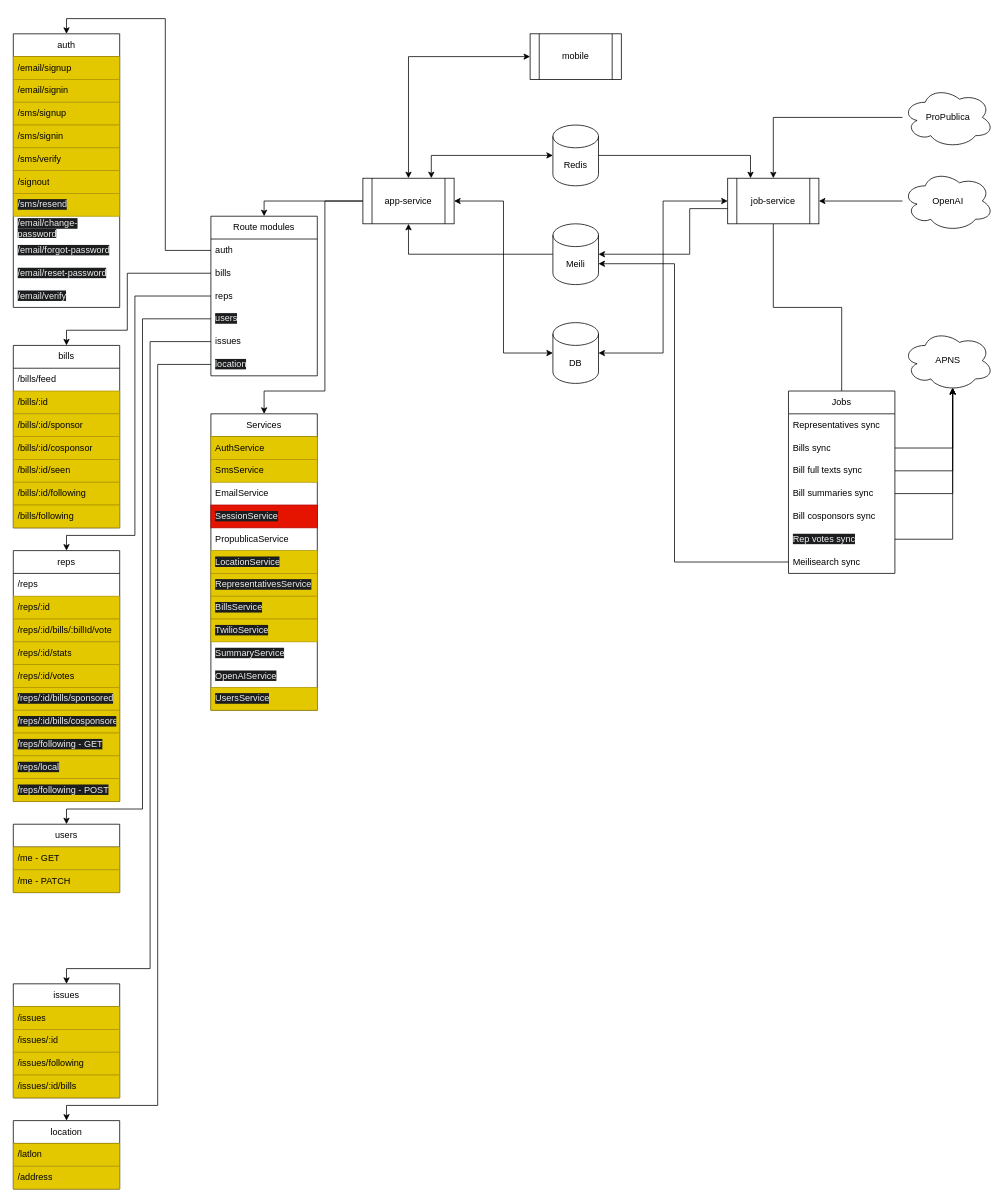
Before: architecture/Architecture.drawio in Breakdown/breakdown-services, a draw.io diagram. Source tidied: cells renumbered, new cells numbered last; positions are measured from the earlier drawing's top-left corner, leaving out a move shared by most shapes. Both pictures are drawn from the tidied source at 76%, with x=0, y=0 at pixel (13, 33).
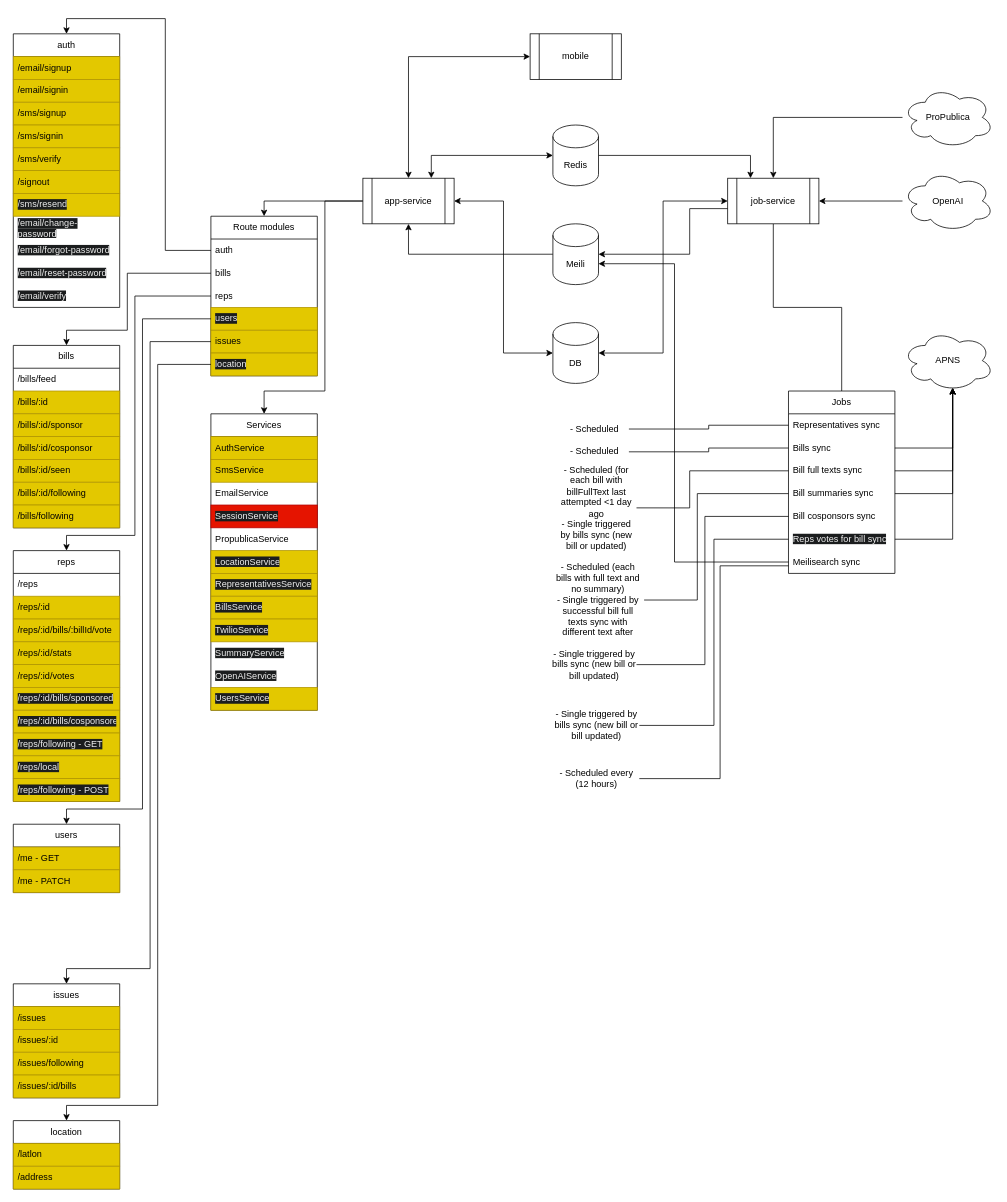
Above is the later version.

Commit message:
Dummy comit

Unchanged cells that the change refers to:
```xml
<mxCell id="16" value="Jobs" style="swimlane;fontStyle=0;horizontal=1;startSize=30;whiteSpace=wrap;html=1;" parent="1" vertex="1">
  <mxGeometry x="1020" y="470" width="140" height="240" as="geometry" />
</mxCell>
<mxCell id="17" value="Representatives sync" style="text;strokeColor=none;fillColor=none;align=left;verticalAlign=middle;spacingLeft=4;spacingRight=4;overflow=hidden;points=[[0,0.5],[1,0.5]];portConstraint=eastwest;whiteSpace=wrap;html=1;" parent="16" vertex="1">
  <mxGeometry y="30" width="140" height="30" as="geometry" />
</mxCell>
<mxCell id="18" value="Bills sync" style="text;strokeColor=none;fillColor=none;align=left;verticalAlign=middle;spacingLeft=4;spacingRight=4;overflow=hidden;points=[[0,0.5],[1,0.5]];portConstraint=eastwest;whiteSpace=wrap;html=1;" parent="16" vertex="1">
  <mxGeometry y="60" width="140" height="30" as="geometry" />
</mxCell>
<mxCell id="19" value="Bill full texts sync" style="text;strokeColor=none;fillColor=none;align=left;verticalAlign=middle;spacingLeft=4;spacingRight=4;overflow=hidden;points=[[0,0.5],[1,0.5]];portConstraint=eastwest;whiteSpace=wrap;html=1;" parent="16" vertex="1">
  <mxGeometry y="90" width="140" height="30" as="geometry" />
</mxCell>
<mxCell id="20" value="Bill summaries sync" style="text;strokeColor=none;fillColor=none;align=left;verticalAlign=middle;spacingLeft=4;spacingRight=4;overflow=hidden;points=[[0,0.5],[1,0.5]];portConstraint=eastwest;whiteSpace=wrap;html=1;" parent="16" vertex="1">
  <mxGeometry y="120" width="140" height="30" as="geometry" />
</mxCell>
<mxCell id="21" value="Bill cosponsors sync" style="text;strokeColor=none;fillColor=none;align=left;verticalAlign=middle;spacingLeft=4;spacingRight=4;overflow=hidden;points=[[0,0.5],[1,0.5]];portConstraint=eastwest;whiteSpace=wrap;html=1;" parent="16" vertex="1">
  <mxGeometry y="150" width="140" height="30" as="geometry" />
</mxCell>
<mxCell id="23" value="Meilisearch sync" style="text;strokeColor=none;fillColor=none;align=left;verticalAlign=middle;spacingLeft=4;spacingRight=4;overflow=hidden;points=[[0,0.5],[1,0.5]];portConstraint=eastwest;whiteSpace=wrap;html=1;" parent="16" vertex="1">
  <mxGeometry y="210" width="140" height="30" as="geometry" />
</mxCell>
<mxCell id="36" value="Route modules" style="swimlane;fontStyle=0;horizontal=1;startSize=30;whiteSpace=wrap;html=1;" parent="1" vertex="1">
  <mxGeometry x="260" y="240" width="140" height="210" as="geometry" />
</mxCell>
```

The edit, as a diff of the source:
```diff
@@
-    <mxCell id="22" value="&lt;span style=&quot;color: rgb(240, 240, 240); font-family: Helvetica; font-size: 12px; font-style: normal; font-variant-ligatures: normal; font-variant-caps: normal; font-weight: 400; letter-spacing: normal; orphans: 2; text-align: left; text-indent: 0px; text-transform: none; widows: 2; word-spacing: 0px; -webkit-text-stroke-width: 0px; background-color: rgb(27, 29, 30); text-decoration-thickness: initial; text-decoration-style: initial; text-decoration-color: initial; float: none; display: inline !important;&quot;&gt;Rep votes sync&lt;/span&gt;" style="text;strokeColor=none;fillColor=none;align=left;verticalAlign=middle;spacingLeft=4;spacingRight=4;overflow=hidden;points=[[0,0.5],[1,0.5]];portConstraint=eastwest;whiteSpace=wrap;html=1;" parent="16" vertex="1">
+    <mxCell id="22" value="&lt;span style=&quot;color: rgb(240, 240, 240); font-family: Helvetica; font-size: 12px; font-style: normal; font-variant-ligatures: normal; font-variant-caps: normal; font-weight: 400; letter-spacing: normal; orphans: 2; text-align: left; text-indent: 0px; text-transform: none; widows: 2; word-spacing: 0px; -webkit-text-stroke-width: 0px; background-color: rgb(27, 29, 30); text-decoration-thickness: initial; text-decoration-style: initial; text-decoration-color: initial; float: none; display: inline !important;&quot;&gt;Reps votes for bill sync&lt;/span&gt;" style="text;strokeColor=none;fillColor=none;align=left;verticalAlign=middle;spacingLeft=4;spacingRight=4;overflow=hidden;points=[[0,0.5],[1,0.5]];portConstraint=eastwest;whiteSpace=wrap;html=1;" parent="16" vertex="1">
       <mxGeometry y="180" width="140" height="30" as="geometry" />
     </mxCell>
@@
-    <mxCell id="40" value="&lt;span style=&quot;color: rgb(240, 240, 240); font-family: Helvetica; font-size: 12px; font-style: normal; font-variant-ligatures: normal; font-variant-caps: normal; font-weight: 400; letter-spacing: normal; orphans: 2; text-align: left; text-indent: 0px; text-transform: none; widows: 2; word-spacing: 0px; -webkit-text-stroke-width: 0px; background-color: rgb(27, 29, 30); text-decoration-thickness: initial; text-decoration-style: initial; text-decoration-color: initial; float: none; display: inline !important;&quot;&gt;users&lt;/span&gt;" style="text;strokeColor=none;fillColor=none;align=left;verticalAlign=middle;spacingLeft=4;spacingRight=4;overflow=hidden;points=[[0,0.5],[1,0.5]];portConstraint=eastwest;whiteSpace=wrap;html=1;" parent="36" vertex="1">
+    <mxCell id="40" value="&lt;span style=&quot;color: rgb(240, 240, 240); font-family: Helvetica; font-size: 12px; font-style: normal; font-variant-ligatures: normal; font-variant-caps: normal; font-weight: 400; letter-spacing: normal; orphans: 2; text-align: left; text-indent: 0px; text-transform: none; widows: 2; word-spacing: 0px; -webkit-text-stroke-width: 0px; background-color: rgb(27, 29, 30); text-decoration-thickness: initial; text-decoration-style: initial; text-decoration-color: initial; float: none; display: inline !important;&quot;&gt;users&lt;/span&gt;" style="text;strokeColor=#B09500;fillColor=#e3c800;align=left;verticalAlign=middle;spacingLeft=4;spacingRight=4;overflow=hidden;points=[[0,0.5],[1,0.5]];portConstraint=eastwest;whiteSpace=wrap;html=1;fontColor=#000000;" parent="36" vertex="1">
       <mxGeometry y="120" width="140" height="30" as="geometry" />
     </mxCell>
-    <mxCell id="41" value="issues" style="text;strokeColor=none;fillColor=none;align=left;verticalAlign=middle;spacingLeft=4;spacingRight=4;overflow=hidden;points=[[0,0.5],[1,0.5]];portConstraint=eastwest;whiteSpace=wrap;html=1;" parent="36" vertex="1">
+    <mxCell id="41" value="issues" style="text;strokeColor=#B09500;fillColor=#e3c800;align=left;verticalAlign=middle;spacingLeft=4;spacingRight=4;overflow=hidden;points=[[0,0.5],[1,0.5]];portConstraint=eastwest;whiteSpace=wrap;html=1;fontColor=#000000;" parent="36" vertex="1">
       <mxGeometry y="150" width="140" height="30" as="geometry" />
     </mxCell>
-    <mxCell id="42" value="&lt;span style=&quot;color: rgb(240, 240, 240); font-family: Helvetica; font-size: 12px; font-style: normal; font-variant-ligatures: normal; font-variant-caps: normal; font-weight: 400; letter-spacing: normal; orphans: 2; text-align: left; text-indent: 0px; text-transform: none; widows: 2; word-spacing: 0px; -webkit-text-stroke-width: 0px; background-color: rgb(27, 29, 30); text-decoration-thickness: initial; text-decoration-style: initial; text-decoration-color: initial; float: none; display: inline !important;&quot;&gt;location&lt;/span&gt;" style="text;strokeColor=none;fillColor=none;align=left;verticalAlign=middle;spacingLeft=4;spacingRight=4;overflow=hidden;points=[[0,0.5],[1,0.5]];portConstraint=eastwest;whiteSpace=wrap;html=1;" parent="36" vertex="1">
+    <mxCell id="42" value="&lt;span style=&quot;color: rgb(240, 240, 240); font-family: Helvetica; font-size: 12px; font-style: normal; font-variant-ligatures: normal; font-variant-caps: normal; font-weight: 400; letter-spacing: normal; orphans: 2; text-align: left; text-indent: 0px; text-transform: none; widows: 2; word-spacing: 0px; -webkit-text-stroke-width: 0px; background-color: rgb(27, 29, 30); text-decoration-thickness: initial; text-decoration-style: initial; text-decoration-color: initial; float: none; display: inline !important;&quot;&gt;location&lt;/span&gt;" style="text;strokeColor=#B09500;fillColor=#e3c800;align=left;verticalAlign=middle;spacingLeft=4;spacingRight=4;overflow=hidden;points=[[0,0.5],[1,0.5]];portConstraint=eastwest;whiteSpace=wrap;html=1;fontColor=#000000;" parent="36" vertex="1">
       <mxGeometry y="180" width="140" height="30" as="geometry" />
     </mxCell>
@@
+    <mxCell id="104" value="- Scheduled&lt;br&gt;" style="text;html=1;strokeColor=none;fillColor=none;align=center;verticalAlign=middle;whiteSpace=wrap;rounded=0;" parent="1" vertex="1">
+      <mxGeometry x="720" y="510" width="90" height="20" as="geometry" />
+    </mxCell>
+    <mxCell id="105" style="edgeStyle=orthogonalEdgeStyle;rounded=0;jettySize=auto;html=1;endArrow=none;endFill=0;" parent="1" edge="1" source="17" target="104">
+      <mxGeometry relative="1" as="geometry" />
+    </mxCell>
+    <mxCell id="106" value="- Scheduled&lt;br&gt;" style="text;html=1;strokeColor=none;fillColor=none;align=center;verticalAlign=middle;whiteSpace=wrap;rounded=0;" parent="1" vertex="1">
+      <mxGeometry x="720" y="540" width="90" height="20" as="geometry" />
+    </mxCell>
+    <mxCell id="107" style="edgeStyle=orthogonalEdgeStyle;rounded=0;jettySize=auto;html=1;entryX=1;entryY=0.5;entryDx=0;entryDy=0;endArrow=none;endFill=0;" parent="1" edge="1" source="18" target="106">
+      <mxGeometry relative="1" as="geometry" />
+    </mxCell>
+    <mxCell id="108" value="- Scheduled (for each bill with billFullText last attempted &amp;lt;1 day ago&lt;br&gt;- Single triggered by bills sync (new bill or updated)" style="text;html=1;strokeColor=none;fillColor=none;align=center;verticalAlign=middle;whiteSpace=wrap;rounded=0;" parent="1" vertex="1">
+      <mxGeometry x="715" y="567.5" width="105" height="112.5" as="geometry" />
+    </mxCell>
+    <mxCell id="109" style="edgeStyle=orthogonalEdgeStyle;rounded=0;jettySize=auto;html=1;entryX=1;entryY=0.5;entryDx=0;entryDy=0;endArrow=none;endFill=0;" parent="1" edge="1" source="19" target="108">
+      <mxGeometry relative="1" as="geometry">
+        <Array as="points">
+          <mxPoint x="890" y="575" />
+          <mxPoint x="890" y="624" />
+        </Array>
+      </mxGeometry>
+    </mxCell>
+    <mxCell id="110" value="- Scheduled (each bills with full text and no summary)&lt;br&gt;- Single triggered by successful bill full texts sync with different text after" style="text;html=1;strokeColor=none;fillColor=none;align=center;verticalAlign=middle;whiteSpace=wrap;rounded=0;" parent="1" vertex="1">
+      <mxGeometry x="707.5" y="690" width="122.5" height="110" as="geometry" />
+    </mxCell>
+    <mxCell id="111" style="edgeStyle=orthogonalEdgeStyle;rounded=0;jettySize=auto;html=1;entryX=1;entryY=0.5;entryDx=0;entryDy=0;endArrow=none;endFill=0;" parent="1" edge="1" source="20" target="110">
+      <mxGeometry relative="1" as="geometry">
+        <Array as="points">
+          <mxPoint x="900" y="605" />
+          <mxPoint x="900" y="745" />
+        </Array>
+      </mxGeometry>
+    </mxCell>
+    <mxCell id="112" value="- Single triggered by bills sync (new bill or bill updated)" style="text;html=1;strokeColor=none;fillColor=none;align=center;verticalAlign=middle;whiteSpace=wrap;rounded=0;" parent="1" vertex="1">
+      <mxGeometry x="707.5" y="800" width="112.5" height="60" as="geometry" />
+    </mxCell>
+    <mxCell id="113" style="edgeStyle=orthogonalEdgeStyle;rounded=0;jettySize=auto;html=1;entryX=1;entryY=0.5;entryDx=0;entryDy=0;endArrow=none;endFill=0;" parent="1" edge="1" source="21" target="112">
+      <mxGeometry relative="1" as="geometry">
+        <Array as="points">
+          <mxPoint x="910" y="635" />
+          <mxPoint x="910" y="830" />
+        </Array>
+      </mxGeometry>
+    </mxCell>
+    <mxCell id="114" value="- Single triggered by bills sync (new bill or bill updated)" style="text;html=1;strokeColor=none;fillColor=none;align=center;verticalAlign=middle;whiteSpace=wrap;rounded=0;" parent="1" vertex="1">
+      <mxGeometry x="711.2" y="880" width="112.5" height="60" as="geometry" />
+    </mxCell>
+    <mxCell id="115" style="edgeStyle=orthogonalEdgeStyle;rounded=0;jettySize=auto;html=1;entryX=1;entryY=0.5;entryDx=0;entryDy=0;endArrow=none;endFill=0;" parent="1" edge="1" source="22" target="114">
+      <mxGeometry relative="1" as="geometry" />
+    </mxCell>
+    <mxCell id="116" value="- Scheduled every (12 hours)" style="text;html=1;strokeColor=none;fillColor=none;align=center;verticalAlign=middle;whiteSpace=wrap;rounded=0;" parent="1" vertex="1">
+      <mxGeometry x="711.2" y="950" width="112.5" height="60" as="geometry" />
+    </mxCell>
+    <mxCell id="117" style="edgeStyle=orthogonalEdgeStyle;rounded=0;jettySize=auto;html=1;entryX=1;entryY=0.5;entryDx=0;entryDy=0;endArrow=none;endFill=0;" parent="1" edge="1" source="23" target="116">
+      <mxGeometry relative="1" as="geometry">
+        <Array as="points">
+          <mxPoint x="930" y="700" />
+          <mxPoint x="930" y="980" />
+        </Array>
+      </mxGeometry>
+    </mxCell>
```
